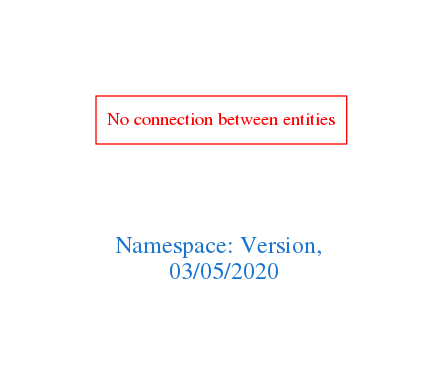
Earlier version of the Graphviz export downloads/Version.png (arago/OGIT). Its source is kept beside it as downloads/Version.dot.
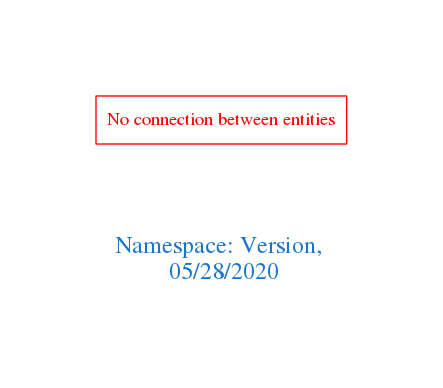
The same diagram one commit later.

What changed in the source:
```diff
@@ -1,7 +1,7 @@
 digraph OGIT_ontology {
  graph [ rankdir= LR,pad=1
 fontsize = 18,
-fontcolor= dodgerblue3,label = "\n\n\nNamespace: Version, \n 03/05/2020"];
+fontcolor= dodgerblue3,label = "\n\n\nNamespace: Version, \n 05/28/2020"];
 node[shape=polygon];
 edge [  color="gray81"];
 
```
